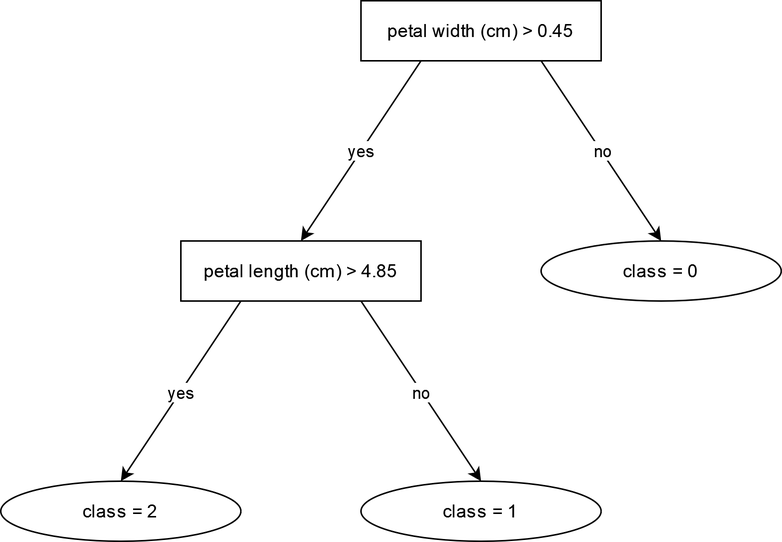
Earlier version of the draw.io export paper/images/decision_tree.png (lahovniktadej/gatree). Source tidied: cells renumbered, new cells last; positions are measured from the earlier drawing's top-left corner, leaving out a move shared by most shapes. Its diagram source:
```xml
<mxGraphModel>
  <root>
    <mxCell id="0" />
    <mxCell id="1" parent="0" />
    <mxCell id="2" value="petal width (cm) &amp;gt; 0.45" style="rounded=0;whiteSpace=wrap;html=1;" parent="1" vertex="1">
      <mxGeometry x="240" width="160" height="40" as="geometry" />
    </mxCell>
    <mxCell id="3" value="petal length (cm) &amp;gt; 4.85" style="rounded=0;whiteSpace=wrap;html=1;" parent="1" vertex="1">
      <mxGeometry x="120" y="160" width="160" height="40" as="geometry" />
    </mxCell>
    <mxCell id="4" value="class = 0" style="ellipse;whiteSpace=wrap;html=1;" parent="1" vertex="1">
      <mxGeometry x="360" y="160" width="160" height="40" as="geometry" />
    </mxCell>
    <mxCell id="5" style="endArrow=classic;html=1;rounded=0;exitX=0.25;exitY=1;exitDx=0;exitDy=0;entryX=0.5;entryY=0;entryDx=0;entryDy=0;" parent="1" edge="1" source="2" target="3">
      <mxGeometry relative="1" as="geometry" />
    </mxCell>
    <mxCell id="6" value="yes" style="edgeLabel;html=1;align=center;verticalAlign=middle;" parent="5" vertex="1">
      <mxGeometry x="-0.31" y="4" relative="1" as="geometry">
        <mxPoint x="-16" y="16" as="offset" />
      </mxGeometry>
    </mxCell>
    <mxCell id="7" style="endArrow=classic;html=1;rounded=0;entryX=0.5;entryY=0;entryDx=0;entryDy=0;exitX=0.75;exitY=1;exitDx=0;exitDy=0;" parent="1" edge="1" source="2" target="4">
      <mxGeometry relative="1" as="geometry" />
    </mxCell>
    <mxCell id="8" value="no" style="edgeLabel;html=1;align=center;verticalAlign=middle;" parent="7" vertex="1">
      <mxGeometry x="-0.18" y="4" relative="1" as="geometry">
        <mxPoint x="4" y="13" as="offset" />
      </mxGeometry>
    </mxCell>
    <mxCell id="9" value="class = 2" style="ellipse;whiteSpace=wrap;html=1;" parent="1" vertex="1">
      <mxGeometry y="320" width="160" height="40" as="geometry" />
    </mxCell>
    <mxCell id="10" value="class = 1" style="ellipse;whiteSpace=wrap;html=1;" parent="1" vertex="1">
      <mxGeometry x="240" y="320" width="160" height="40" as="geometry" />
    </mxCell>
    <mxCell id="11" style="endArrow=classic;html=1;rounded=0;entryX=0.5;entryY=0;entryDx=0;entryDy=0;exitX=0.25;exitY=1;exitDx=0;exitDy=0;" parent="1" edge="1" source="3" target="9">
      <mxGeometry relative="1" as="geometry" />
    </mxCell>
    <mxCell id="12" value="yes" style="edgeLabel;html=1;align=center;verticalAlign=middle;" parent="11" vertex="1">
      <mxGeometry x="-0.27" relative="1" as="geometry">
        <mxPoint x="-11" y="16" as="offset" />
      </mxGeometry>
    </mxCell>
    <mxCell id="13" style="endArrow=classic;html=1;rounded=0;exitX=0.75;exitY=1;exitDx=0;exitDy=0;entryX=0.5;entryY=0;entryDx=0;entryDy=0;" parent="1" edge="1" source="3" target="10">
      <mxGeometry relative="1" as="geometry" />
    </mxCell>
    <mxCell id="14" value="&lt;div&gt;no&lt;/div&gt;" style="edgeLabel;html=1;align=center;verticalAlign=middle;" parent="13" vertex="1">
      <mxGeometry x="0.09" y="-1" relative="1" as="geometry">
        <mxPoint x="-3" y="-6" as="offset" />
      </mxGeometry>
    </mxCell>
  </root>
</mxGraphModel>
```
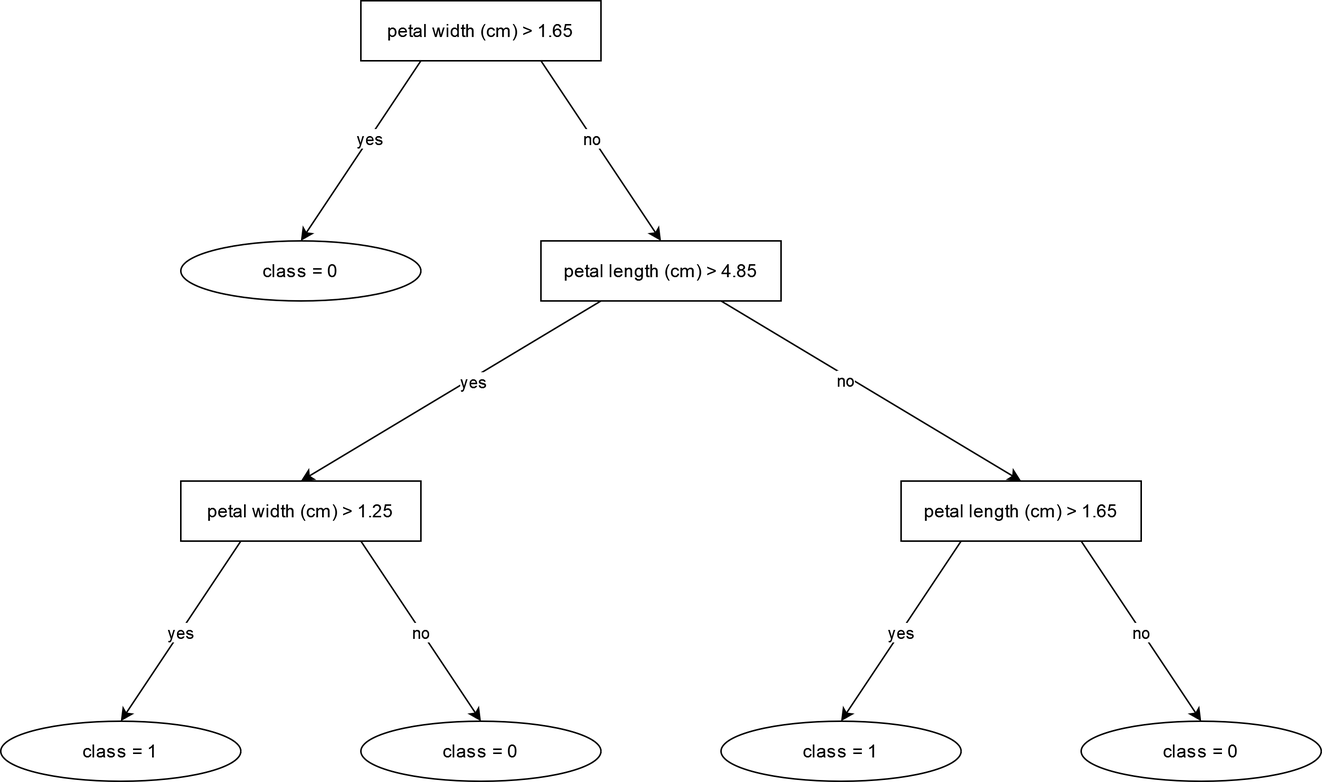
After the commit.

What changed in the source:
```diff
@@ -2,52 +2,88 @@
   <root>
     <mxCell id="0" />
     <mxCell id="1" parent="0" />
-    <mxCell id="2" value="petal width (cm) &amp;gt; 0.45" style="rounded=0;whiteSpace=wrap;html=1;" parent="1" vertex="1">
-      <mxGeometry x="240" width="160" height="40" as="geometry" />
+    <mxCell id="2" value="petal width (cm) &amp;gt; 1.65" style="rounded=0;whiteSpace=wrap;html=1;" parent="1" vertex="1">
+      <mxGeometry x="160" y="-40" width="160" height="40" as="geometry" />
     </mxCell>
     <mxCell id="3" value="petal length (cm) &amp;gt; 4.85" style="rounded=0;whiteSpace=wrap;html=1;" parent="1" vertex="1">
-      <mxGeometry x="120" y="160" width="160" height="40" as="geometry" />
+      <mxGeometry x="280" y="120" width="160" height="40" as="geometry" />
     </mxCell>
     <mxCell id="4" value="class = 0" style="ellipse;whiteSpace=wrap;html=1;" parent="1" vertex="1">
-      <mxGeometry x="360" y="160" width="160" height="40" as="geometry" />
+      <mxGeometry x="40" y="120" width="160" height="40" as="geometry" />
     </mxCell>
-    <mxCell id="5" style="endArrow=classic;html=1;rounded=0;exitX=0.25;exitY=1;exitDx=0;exitDy=0;entryX=0.5;entryY=0;entryDx=0;entryDy=0;" parent="1" edge="1" source="2" target="3">
+    <mxCell id="5" style="endArrow=classic;html=1;rounded=0;exitX=0.75;exitY=1;exitDx=0;exitDy=0;entryX=0.5;entryY=0;entryDx=0;entryDy=0;" parent="1" edge="1" source="2" target="3">
       <mxGeometry relative="1" as="geometry" />
     </mxCell>
-    <mxCell id="6" value="yes" style="edgeLabel;html=1;align=center;verticalAlign=middle;" parent="5" vertex="1">
-      <mxGeometry x="-0.31" y="4" relative="1" as="geometry">
-        <mxPoint x="-16" y="16" as="offset" />
-      </mxGeometry>
-    </mxCell>
+    <mxCell id="15" value="no" style="edgeLabel;html=1;align=center;verticalAlign=middle;" parent="5" vertex="1">
+      <mxGeometry x="-0.16" y="-1" relative="1" as="geometry" />
+    </mxCell>
-    <mxCell id="7" style="endArrow=classic;html=1;rounded=0;entryX=0.5;entryY=0;entryDx=0;entryDy=0;exitX=0.75;exitY=1;exitDx=0;exitDy=0;" parent="1" edge="1" source="2" target="4">
+    <mxCell id="7" style="endArrow=classic;html=1;rounded=0;entryX=0.5;entryY=0;entryDx=0;entryDy=0;exitX=0.25;exitY=1;exitDx=0;exitDy=0;" parent="1" edge="1" source="2" target="4">
       <mxGeometry relative="1" as="geometry" />
     </mxCell>
-    <mxCell id="8" value="no" style="edgeLabel;html=1;align=center;verticalAlign=middle;" parent="7" vertex="1">
-      <mxGeometry x="-0.18" y="4" relative="1" as="geometry">
-        <mxPoint x="4" y="13" as="offset" />
-      </mxGeometry>
-    </mxCell>
-    <mxCell id="9" value="class = 2" style="ellipse;whiteSpace=wrap;html=1;" parent="1" vertex="1">
-      <mxGeometry y="320" width="160" height="40" as="geometry" />
-    </mxCell>
-    <mxCell id="10" value="class = 1" style="ellipse;whiteSpace=wrap;html=1;" parent="1" vertex="1">
-      <mxGeometry x="240" y="320" width="160" height="40" as="geometry" />
-    </mxCell>
+    <mxCell id="16" value="yes" style="edgeLabel;html=1;align=center;verticalAlign=middle;" parent="7" vertex="1">
+      <mxGeometry x="-0.14" relative="1" as="geometry" />
+    </mxCell>
-    <mxCell id="11" style="endArrow=classic;html=1;rounded=0;entryX=0.5;entryY=0;entryDx=0;entryDy=0;exitX=0.25;exitY=1;exitDx=0;exitDy=0;" parent="1" edge="1" source="3" target="9">
+    <mxCell id="11" style="endArrow=classic;html=1;rounded=0;entryX=0.5;entryY=0;entryDx=0;entryDy=0;exitX=0.25;exitY=1;exitDx=0;exitDy=0;" parent="1" edge="1" source="3" target="19">
       <mxGeometry relative="1" as="geometry" />
     </mxCell>
-    <mxCell id="12" value="yes" style="edgeLabel;html=1;align=center;verticalAlign=middle;" parent="11" vertex="1">
-      <mxGeometry x="-0.27" relative="1" as="geometry">
-        <mxPoint x="-11" y="16" as="offset" />
-      </mxGeometry>
-    </mxCell>
+    <mxCell id="17" value="yes" style="edgeLabel;html=1;align=center;verticalAlign=middle;" parent="11" vertex="1">
+      <mxGeometry x="-0.13" y="2" relative="1" as="geometry" />
+    </mxCell>
-    <mxCell id="13" style="endArrow=classic;html=1;rounded=0;exitX=0.75;exitY=1;exitDx=0;exitDy=0;entryX=0.5;entryY=0;entryDx=0;entryDy=0;" parent="1" edge="1" source="3" target="10">
+    <mxCell id="13" style="endArrow=classic;html=1;rounded=0;exitX=0.75;exitY=1;exitDx=0;exitDy=0;entryX=0.5;entryY=0;entryDx=0;entryDy=0;" parent="1" edge="1" source="3" target="26">
       <mxGeometry relative="1" as="geometry" />
     </mxCell>
-    <mxCell id="14" value="&lt;div&gt;no&lt;/div&gt;" style="edgeLabel;html=1;align=center;verticalAlign=middle;" parent="13" vertex="1">
-      <mxGeometry x="0.09" y="-1" relative="1" as="geometry">
-        <mxPoint x="-3" y="-6" as="offset" />
-      </mxGeometry>
-    </mxCell>
+    <mxCell id="18" value="no" style="edgeLabel;html=1;align=center;verticalAlign=middle;" parent="13" vertex="1">
+      <mxGeometry x="-0.17" y="-2" relative="1" as="geometry" />
+    </mxCell>
+    <mxCell id="19" value="petal width (cm) &amp;gt; 1.25" style="rounded=0;whiteSpace=wrap;html=1;" parent="1" vertex="1">
+      <mxGeometry x="40" y="280" width="160" height="40" as="geometry" />
+    </mxCell>
+    <mxCell id="20" value="class = 1" style="ellipse;whiteSpace=wrap;html=1;" parent="1" vertex="1">
+      <mxGeometry x="-80" y="440" width="160" height="40" as="geometry" />
+    </mxCell>
+    <mxCell id="21" value="class = 0" style="ellipse;whiteSpace=wrap;html=1;" parent="1" vertex="1">
+      <mxGeometry x="160" y="440" width="160" height="40" as="geometry" />
+    </mxCell>
+    <mxCell id="22" style="endArrow=classic;html=1;rounded=0;entryX=0.5;entryY=0;entryDx=0;entryDy=0;exitX=0.25;exitY=1;exitDx=0;exitDy=0;" parent="1" edge="1" source="19" target="20">
+      <mxGeometry relative="1" as="geometry" />
+    </mxCell>
+    <mxCell id="23" value="yes" style="edgeLabel;html=1;align=center;verticalAlign=middle;" parent="22" vertex="1">
+      <mxGeometry x="-0.27" relative="1" as="geometry">
+        <mxPoint x="-11" y="16" as="offset" />
+      </mxGeometry>
+    </mxCell>
+    <mxCell id="24" style="endArrow=classic;html=1;rounded=0;exitX=0.75;exitY=1;exitDx=0;exitDy=0;entryX=0.5;entryY=0;entryDx=0;entryDy=0;" parent="1" edge="1" source="19" target="21">
+      <mxGeometry relative="1" as="geometry" />
+    </mxCell>
+    <mxCell id="25" value="&lt;div&gt;no&lt;/div&gt;" style="edgeLabel;html=1;align=center;verticalAlign=middle;" parent="24" vertex="1">
+      <mxGeometry x="0.09" y="-1" relative="1" as="geometry">
+        <mxPoint x="-3" y="-6" as="offset" />
+      </mxGeometry>
+    </mxCell>
+    <mxCell id="26" value="petal length (cm) &amp;gt; 1.65" style="rounded=0;whiteSpace=wrap;html=1;" parent="1" vertex="1">
+      <mxGeometry x="520" y="280" width="160" height="40" as="geometry" />
+    </mxCell>
+    <mxCell id="27" value="class = 1" style="ellipse;whiteSpace=wrap;html=1;" parent="1" vertex="1">
+      <mxGeometry x="400" y="440" width="160" height="40" as="geometry" />
+    </mxCell>
+    <mxCell id="28" value="class = 0" style="ellipse;whiteSpace=wrap;html=1;" parent="1" vertex="1">
+      <mxGeometry x="640" y="440" width="160" height="40" as="geometry" />
+    </mxCell>
+    <mxCell id="29" style="endArrow=classic;html=1;rounded=0;entryX=0.5;entryY=0;entryDx=0;entryDy=0;exitX=0.25;exitY=1;exitDx=0;exitDy=0;" parent="1" edge="1" source="26" target="27">
+      <mxGeometry relative="1" as="geometry" />
+    </mxCell>
+    <mxCell id="30" value="yes" style="edgeLabel;html=1;align=center;verticalAlign=middle;" parent="29" vertex="1">
+      <mxGeometry x="-0.27" relative="1" as="geometry">
+        <mxPoint x="-11" y="16" as="offset" />
+      </mxGeometry>
+    </mxCell>
+    <mxCell id="31" style="endArrow=classic;html=1;rounded=0;exitX=0.75;exitY=1;exitDx=0;exitDy=0;entryX=0.5;entryY=0;entryDx=0;entryDy=0;" parent="1" edge="1" source="26" target="28">
+      <mxGeometry relative="1" as="geometry" />
+    </mxCell>
+    <mxCell id="32" value="&lt;div&gt;no&lt;/div&gt;" style="edgeLabel;html=1;align=center;verticalAlign=middle;" parent="31" vertex="1">
+      <mxGeometry x="0.09" y="-1" relative="1" as="geometry">
+        <mxPoint x="-3" y="-6" as="offset" />
+      </mxGeometry>
+    </mxCell>
   </root>
 </mxGraphModel>
```
